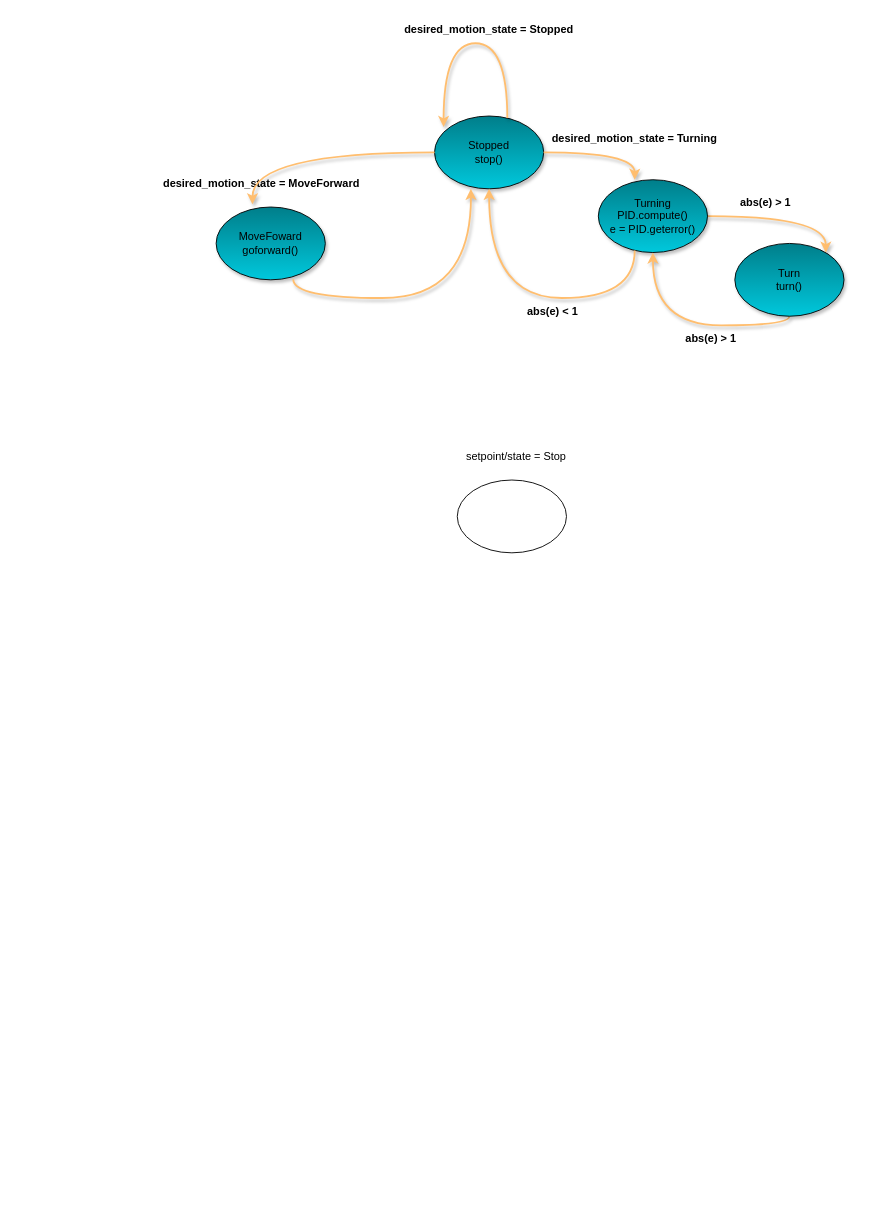
Above: Diagrams/UML/Loopcontroller.drawio in mekuro9/PWAO-CSU (draw.io), before the change. Source tidied: cells renumbered, new cells numbered last; positions are measured from the earlier drawing's top-left corner, leaving out a move shared by most shapes. Both pictures are drawn from the tidied source at 91%, with x=0, y=0 at pixel (161, 15).
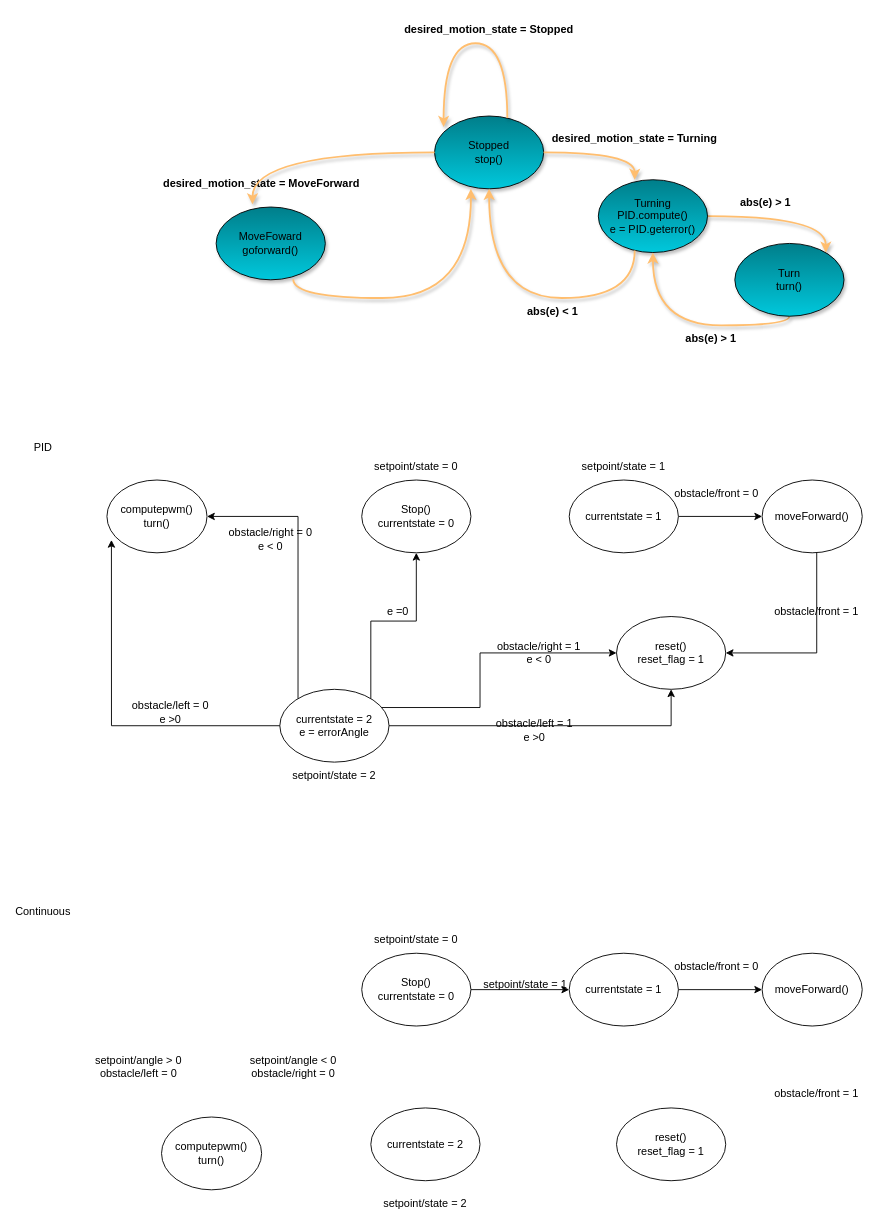
The same page after the edit.

Diff of the diagram source:
```diff
@@
-    <mxCell id="19" style="ellipse;whiteSpace=wrap;html=1;" parent="1" vertex="1">
-      <mxGeometry x="325" y="510" width="120" height="80" as="geometry" />
+    <mxCell id="19" value="&lt;div&gt;Stop()&lt;/div&gt;&lt;div&gt;currentstate = 0&lt;br&gt;&lt;/div&gt;" style="ellipse;whiteSpace=wrap;html=1;" parent="1" vertex="1">
+      <mxGeometry x="220" y="510" width="120" height="80" as="geometry" />
     </mxCell>
-    <mxCell id="20" value="setpoint/state = Stop" style="text;html=1;align=center;verticalAlign=middle;whiteSpace=wrap;rounded=0;" parent="1" vertex="1">
-      <mxGeometry x="330" y="470" width="120" height="30" as="geometry" />
+    <mxCell id="20" value="setpoint/state = 0" style="text;html=1;align=center;verticalAlign=middle;whiteSpace=wrap;rounded=0;" parent="1" vertex="1">
+      <mxGeometry x="220" y="480" width="120" height="30" as="geometry" />
     </mxCell>
+    <mxCell id="21" style="edgeStyle=orthogonalEdgeStyle;rounded=0;jettySize=auto;html=1;" parent="1" edge="1" source="22" target="28">
+      <mxGeometry relative="1" as="geometry" />
+    </mxCell>
+    <mxCell id="22" value="&lt;div&gt;currentstate = 1&lt;/div&gt;" style="ellipse;whiteSpace=wrap;html=1;" parent="1" vertex="1">
+      <mxGeometry x="448" y="510" width="120" height="80" as="geometry" />
+    </mxCell>
+    <mxCell id="23" value="&lt;div&gt;setpoint/state = 1&lt;br&gt;&lt;/div&gt;" style="text;html=1;align=center;verticalAlign=middle;whiteSpace=wrap;rounded=0;" parent="1" vertex="1">
+      <mxGeometry x="448" y="480" width="120" height="30" as="geometry" />
+    </mxCell>
+    <mxCell id="24" value="&lt;div&gt;obstacle/front = 1&lt;/div&gt;" style="text;html=1;align=center;verticalAlign=middle;whiteSpace=wrap;rounded=0;" parent="1" vertex="1">
+      <mxGeometry x="660" y="640" width="120" height="30" as="geometry" />
+    </mxCell>
+    <mxCell id="25" value="&lt;div&gt;obstacle/front = 0&lt;br&gt;&lt;/div&gt;" style="text;html=1;align=center;verticalAlign=middle;whiteSpace=wrap;rounded=0;" parent="1" vertex="1">
+      <mxGeometry x="550" y="510" width="120" height="30" as="geometry" />
+    </mxCell>
+    <mxCell id="26" value="&lt;div&gt;reset()&lt;/div&gt;&lt;div&gt;reset_flag = 1&lt;br&gt;&lt;/div&gt;" style="ellipse;whiteSpace=wrap;html=1;" parent="1" vertex="1">
+      <mxGeometry x="500" y="660" width="120" height="80" as="geometry" />
+    </mxCell>
+    <mxCell id="27" style="edgeStyle=orthogonalEdgeStyle;rounded=0;jettySize=auto;html=1;entryX=1;entryY=0.5;entryDx=0;entryDy=0;" parent="1" edge="1" source="28" target="26">
+      <mxGeometry relative="1" as="geometry">
+        <Array as="points">
+          <mxPoint x="720" y="700" />
+        </Array>
+      </mxGeometry>
+    </mxCell>
+    <mxCell id="28" value="moveForward()" style="ellipse;whiteSpace=wrap;html=1;" parent="1" vertex="1">
+      <mxGeometry x="660" y="510" width="110" height="80" as="geometry" />
+    </mxCell>
+    <mxCell id="29" value="&lt;div&gt;setpoint/state = 2&lt;br&gt;&lt;/div&gt;" style="text;html=1;align=center;verticalAlign=middle;whiteSpace=wrap;rounded=0;" parent="1" vertex="1">
+      <mxGeometry x="130" y="820" width="120" height="30" as="geometry" />
+    </mxCell>
+    <mxCell id="30" style="edgeStyle=orthogonalEdgeStyle;rounded=0;jettySize=auto;html=1;entryX=0;entryY=0.5;entryDx=0;entryDy=0;" parent="1" edge="1" source="34" target="26">
+      <mxGeometry relative="1" as="geometry">
+        <Array as="points">
+          <mxPoint x="350" y="760" />
+          <mxPoint x="350" y="700" />
+        </Array>
+      </mxGeometry>
+    </mxCell>
+    <mxCell id="31" style="edgeStyle=orthogonalEdgeStyle;rounded=0;jettySize=auto;html=1;entryX=0.5;entryY=1;entryDx=0;entryDy=0;" parent="1" edge="1" source="34" target="26">
+      <mxGeometry relative="1" as="geometry" />
+    </mxCell>
+    <mxCell id="32" style="edgeStyle=orthogonalEdgeStyle;rounded=0;jettySize=auto;html=1;entryX=0.5;entryY=1;entryDx=0;entryDy=0;elbow=vertical;" parent="1" edge="1" source="34" target="19">
+      <mxGeometry relative="1" as="geometry">
+        <Array as="points">
+          <mxPoint x="230" y="665" />
+          <mxPoint x="280" y="665" />
+        </Array>
+      </mxGeometry>
+    </mxCell>
+    <mxCell id="33" style="edgeStyle=orthogonalEdgeStyle;rounded=0;jettySize=auto;html=1;entryX=1;entryY=0.5;entryDx=0;entryDy=0;" parent="1" edge="1" source="34" target="39">
+      <mxGeometry relative="1" as="geometry">
+        <Array as="points">
+          <mxPoint x="150" y="550" />
+        </Array>
+      </mxGeometry>
+    </mxCell>
+    <mxCell id="34" value="&lt;div&gt;currentstate = 2&lt;br&gt;&lt;/div&gt;e = errorAngle" style="ellipse;whiteSpace=wrap;html=1;" parent="1" vertex="1">
+      <mxGeometry x="130" y="740" width="120" height="80" as="geometry" />
+    </mxCell>
+    <mxCell id="35" value="&lt;div&gt;obstacle/left = 1&lt;/div&gt;&lt;div&gt;e &amp;gt;0&lt;br&gt;&lt;/div&gt;" style="text;html=1;align=center;verticalAlign=middle;whiteSpace=wrap;rounded=0;" parent="1" vertex="1">
+      <mxGeometry x="350" y="770" width="120" height="30" as="geometry" />
+    </mxCell>
+    <mxCell id="36" value="&lt;div&gt;obstacle/right = 1&lt;/div&gt;&lt;div&gt;e &amp;lt; 0&lt;br&gt;&lt;/div&gt;" style="text;html=1;align=center;verticalAlign=middle;whiteSpace=wrap;rounded=0;" parent="1" vertex="1">
+      <mxGeometry x="355" y="685" width="120" height="30" as="geometry" />
+    </mxCell>
+    <mxCell id="37" value="&lt;div&gt;obstacle/left = 0&lt;br&gt;&lt;/div&gt;&lt;div&gt;e &amp;gt;0&lt;br&gt;&lt;/div&gt;" style="text;html=1;align=center;verticalAlign=middle;whiteSpace=wrap;rounded=0;" parent="1" vertex="1">
+      <mxGeometry x="-50" y="750" width="120" height="30" as="geometry" />
+    </mxCell>
+    <mxCell id="38" value="&lt;div&gt;obstacle/right = 0&lt;br&gt;&lt;/div&gt;&lt;div&gt;e &amp;lt; 0&lt;br&gt;&lt;/div&gt;" style="text;html=1;align=center;verticalAlign=middle;whiteSpace=wrap;rounded=0;" parent="1" vertex="1">
+      <mxGeometry x="60" y="560" width="120" height="30" as="geometry" />
+    </mxCell>
+    <mxCell id="39" value="&lt;div&gt;computepwm()&lt;br&gt;&lt;/div&gt;&lt;div&gt;turn()&lt;/div&gt;" style="ellipse;whiteSpace=wrap;html=1;" parent="1" vertex="1">
+      <mxGeometry x="-60" y="510" width="110" height="80" as="geometry" />
+    </mxCell>
+    <mxCell id="40" value="e =0" style="text;html=1;align=center;verticalAlign=middle;whiteSpace=wrap;rounded=0;" parent="1" vertex="1">
+      <mxGeometry x="200" y="640" width="120" height="30" as="geometry" />
+    </mxCell>
+    <mxCell id="41" value="PID" style="text;html=1;align=center;verticalAlign=middle;whiteSpace=wrap;rounded=0;" parent="1" vertex="1">
+      <mxGeometry x="-160" y="460" width="60" height="30" as="geometry" />
+    </mxCell>
+    <mxCell id="42" style="edgeStyle=orthogonalEdgeStyle;rounded=0;jettySize=auto;html=1;entryX=0;entryY=0.5;entryDx=0;entryDy=0;" parent="1" edge="1" source="43" target="46">
+      <mxGeometry relative="1" as="geometry" />
+    </mxCell>
+    <mxCell id="43" value="&lt;div&gt;Stop()&lt;/div&gt;&lt;div&gt;currentstate = 0&lt;br&gt;&lt;/div&gt;" style="ellipse;whiteSpace=wrap;html=1;" parent="1" vertex="1">
+      <mxGeometry x="220" y="1030" width="120" height="80" as="geometry" />
+    </mxCell>
+    <mxCell id="44" value="setpoint/state = 0" style="text;html=1;align=center;verticalAlign=middle;whiteSpace=wrap;rounded=0;" parent="1" vertex="1">
+      <mxGeometry x="220" y="1000" width="120" height="30" as="geometry" />
+    </mxCell>
+    <mxCell id="45" style="edgeStyle=orthogonalEdgeStyle;rounded=0;jettySize=auto;html=1;" parent="1" edge="1" source="46" target="51">
+      <mxGeometry relative="1" as="geometry" />
+    </mxCell>
+    <mxCell id="46" value="&lt;div&gt;currentstate = 1&lt;/div&gt;" style="ellipse;whiteSpace=wrap;html=1;" parent="1" vertex="1">
+      <mxGeometry x="448" y="1030" width="120" height="80" as="geometry" />
+    </mxCell>
+    <mxCell id="47" value="&lt;div&gt;setpoint/state = 1&lt;br&gt;&lt;/div&gt;" style="text;html=1;align=center;verticalAlign=middle;whiteSpace=wrap;rounded=0;" parent="1" vertex="1">
+      <mxGeometry x="340" y="1050" width="120" height="30" as="geometry" />
+    </mxCell>
+    <mxCell id="48" value="&lt;div&gt;obstacle/front = 1&lt;/div&gt;" style="text;html=1;align=center;verticalAlign=middle;whiteSpace=wrap;rounded=0;" parent="1" vertex="1">
+      <mxGeometry x="660" y="1170" width="120" height="30" as="geometry" />
+    </mxCell>
+    <mxCell id="49" value="&lt;div&gt;obstacle/front = 0&lt;br&gt;&lt;/div&gt;" style="text;html=1;align=center;verticalAlign=middle;whiteSpace=wrap;rounded=0;" parent="1" vertex="1">
+      <mxGeometry x="550" y="1030" width="120" height="30" as="geometry" />
+    </mxCell>
+    <mxCell id="50" value="&lt;div&gt;reset()&lt;/div&gt;&lt;div&gt;reset_flag = 1&lt;br&gt;&lt;/div&gt;" style="ellipse;whiteSpace=wrap;html=1;" parent="1" vertex="1">
+      <mxGeometry x="500" y="1200" width="120" height="80" as="geometry" />
+    </mxCell>
+    <mxCell id="51" value="moveForward()" style="ellipse;whiteSpace=wrap;html=1;" parent="1" vertex="1">
+      <mxGeometry x="660" y="1030" width="110" height="80" as="geometry" />
+    </mxCell>
+    <mxCell id="52" value="&lt;div&gt;setpoint/state = 2&lt;br&gt;&lt;/div&gt;" style="text;html=1;align=center;verticalAlign=middle;whiteSpace=wrap;rounded=0;" parent="1" vertex="1">
+      <mxGeometry x="230" y="1290" width="120" height="30" as="geometry" />
+    </mxCell>
+    <mxCell id="53" value="&lt;div&gt;currentstate = 2&lt;br&gt;&lt;/div&gt;" style="ellipse;whiteSpace=wrap;html=1;" parent="1" vertex="1">
+      <mxGeometry x="230" y="1200" width="120" height="80" as="geometry" />
+    </mxCell>
+    <mxCell id="54" value="&lt;div&gt;computepwm()&lt;br&gt;&lt;/div&gt;&lt;div&gt;turn()&lt;/div&gt;" style="ellipse;whiteSpace=wrap;html=1;" parent="1" vertex="1">
+      <mxGeometry y="1210" width="110" height="80" as="geometry" />
+    </mxCell>
+    <mxCell id="55" value="Continuous" style="text;html=1;align=center;verticalAlign=middle;whiteSpace=wrap;rounded=0;" parent="1" vertex="1">
+      <mxGeometry x="-160" y="970" width="60" height="30" as="geometry" />
+    </mxCell>
+    <mxCell id="56" value="&lt;div&gt;setpoint/angle &amp;gt; 0&lt;/div&gt;obstacle/left = 0" style="text;html=1;align=center;verticalAlign=middle;whiteSpace=wrap;rounded=0;" parent="1" vertex="1">
+      <mxGeometry x="-80" y="1140" width="110" height="30" as="geometry" />
+    </mxCell>
+    <mxCell id="57" value="&lt;div&gt;setpoint/angle &amp;lt; 0&lt;/div&gt;obstacle/right = 0" style="text;html=1;align=center;verticalAlign=middle;whiteSpace=wrap;rounded=0;" parent="1" vertex="1">
+      <mxGeometry x="90" y="1140" width="110" height="30" as="geometry" />
+    </mxCell>
+    <mxCell id="58" style="edgeStyle=orthogonalEdgeStyle;rounded=0;jettySize=auto;html=1;entryX=0.045;entryY=0.823;entryDx=0;entryDy=0;entryPerimeter=0;" parent="1" edge="1" source="34" target="39">
+      <mxGeometry relative="1" as="geometry" />
+    </mxCell>
```
